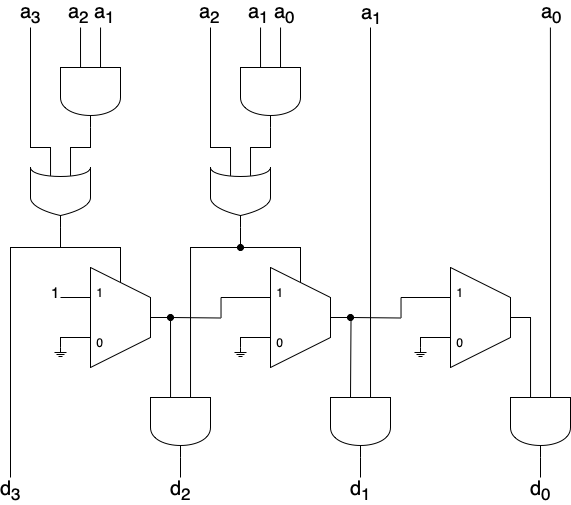
This is Logic Diagrams/BASE_4BIT_SLICE.png from savedbyawaif/ApproxNOD, a draw.io export, as it was before one commit. Source tidied: cells renumbered, new cells last; positions are measured from the earlier drawing's top-left corner, leaving out a move shared by most shapes.
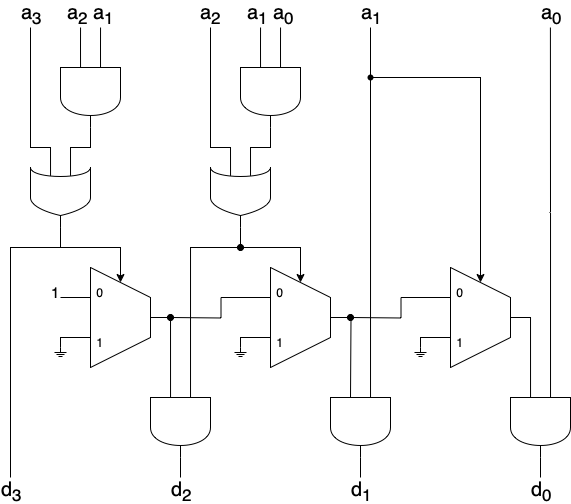
The same file after the commit.

The edit, as a diff of the source:
```diff
@@ -73,7 +73,7 @@
     <mxCell id="15" style="shape=(stored shape, 432 characters);whiteSpace=wrap;html=1;fontSize=10;direction=south;" parent="1" vertex="1">
       <mxGeometry x="20" y="140" width="60" height="60" as="geometry" />
     </mxCell>
-    <mxCell id="16" style="edgeStyle=orthogonalEdgeStyle;rounded=0;jettySize=auto;html=1;entryX=0.5;entryY=0.15;entryDx=0;entryDy=0;entryPerimeter=0;endArrow=none;endFill=0;" parent="1" edge="1" source="15" target="5">
+    <mxCell id="16" style="edgeStyle=orthogonalEdgeStyle;rounded=0;jettySize=auto;html=1;entryX=0.5;entryY=0.15;entryDx=0;entryDy=0;entryPerimeter=0;endArrow=classic;endFill=1;" parent="1" edge="1" source="15" target="5">
       <mxGeometry relative="1" as="geometry" />
     </mxCell>
     <mxCell id="17" style="edgeStyle=orthogonalEdgeStyle;rounded=0;jettySize=auto;html=1;entryX=0.14;entryY=0.333;entryDx=0;entryDy=0;entryPerimeter=0;endArrow=none;endFill=0;" parent="1" edge="1" source="10" target="15">
@@ -123,7 +123,7 @@
     <mxCell id="26" style="edgeStyle=orthogonalEdgeStyle;rounded=0;jettySize=auto;html=1;entryX=0.14;entryY=0.333;entryDx=0;entryDy=0;entryPerimeter=0;endArrow=none;endFill=0;" parent="1" edge="1" source="22" target="25">
       <mxGeometry relative="1" as="geometry" />
     </mxCell>
-    <mxCell id="27" style="edgeStyle=orthogonalEdgeStyle;rounded=0;jettySize=auto;html=1;entryX=0.5;entryY=0.15;entryDx=0;entryDy=0;entryPerimeter=0;endArrow=none;endFill=0;" parent="1" edge="1" source="25" target="3">
+    <mxCell id="27" style="edgeStyle=orthogonalEdgeStyle;rounded=0;jettySize=auto;html=1;entryX=0.5;entryY=0.15;entryDx=0;entryDy=0;entryPerimeter=0;endArrow=classic;endFill=1;" parent="1" edge="1" source="25" target="3">
       <mxGeometry relative="1" as="geometry" />
     </mxCell>
     <mxCell id="28" style="edgeStyle=orthogonalEdgeStyle;rounded=0;jettySize=auto;html=1;exitX=1;exitY=0.5;exitDx=0;exitDy=0;exitPerimeter=0;endArrow=none;endFill=0;" parent="1" edge="1" source="30">
@@ -190,6 +190,16 @@
         </Array>
       </mxGeometry>
     </mxCell>
+    <mxCell id="60" style="edgeStyle=orthogonalEdgeStyle;rounded=0;jettySize=auto;html=1;endArrow=classic;endFill=1;entryX=0.5;entryY=0.15;entryDx=0;entryDy=0;entryPerimeter=0;" parent="1" edge="1" target="40">
+      <mxGeometry relative="1" as="geometry">
+        <mxPoint x="360" y="186" as="sourcePoint" />
+        <Array as="points">
+          <mxPoint x="360" y="186" />
+          <mxPoint x="360" y="50" />
+          <mxPoint x="470" y="50" />
+        </Array>
+      </mxGeometry>
+    </mxCell>
     <mxCell id="40" style="shape=(stored shape, 364 characters);whiteSpace=wrap;html=1;" parent="1" vertex="1">
       <mxGeometry x="440" y="240" width="60" height="100" as="geometry" />
     </mxCell>
@@ -256,23 +266,26 @@
     <mxCell id="53" style="shape=(stored shape, 384 characters);whiteSpace=wrap;html=1;fontSize=10;direction=south;" parent="1" vertex="1">
       <mxGeometry x="500" y="370" width="60" height="60" as="geometry" />
     </mxCell>
-    <mxCell id="54" value="1" style="text;strokeColor=none;align=center;fillColor=none;html=1;verticalAlign=middle;whiteSpace=wrap;rounded=0;" parent="1" vertex="1">
+    <mxCell id="54" value="0" style="text;strokeColor=none;align=center;fillColor=none;html=1;verticalAlign=middle;whiteSpace=wrap;rounded=0;" parent="1" vertex="1">
       <mxGeometry x="80" y="250" width="20" height="30" as="geometry" />
     </mxCell>
-    <mxCell id="55" value="0" style="text;strokeColor=none;align=center;fillColor=none;html=1;verticalAlign=middle;whiteSpace=wrap;rounded=0;" parent="1" vertex="1">
+    <mxCell id="55" value="1" style="text;strokeColor=none;align=center;fillColor=none;html=1;verticalAlign=middle;whiteSpace=wrap;rounded=0;" parent="1" vertex="1">
       <mxGeometry x="80" y="300" width="20" height="30" as="geometry" />
     </mxCell>
-    <mxCell id="56" value="1" style="text;strokeColor=none;align=center;fillColor=none;html=1;verticalAlign=middle;whiteSpace=wrap;rounded=0;" parent="1" vertex="1">
+    <mxCell id="56" value="0" style="text;strokeColor=none;align=center;fillColor=none;html=1;verticalAlign=middle;whiteSpace=wrap;rounded=0;" parent="1" vertex="1">
       <mxGeometry x="260" y="250" width="20" height="30" as="geometry" />
     </mxCell>
-    <mxCell id="57" value="0" style="text;strokeColor=none;align=center;fillColor=none;html=1;verticalAlign=middle;whiteSpace=wrap;rounded=0;" parent="1" vertex="1">
+    <mxCell id="57" value="1" style="text;strokeColor=none;align=center;fillColor=none;html=1;verticalAlign=middle;whiteSpace=wrap;rounded=0;" parent="1" vertex="1">
       <mxGeometry x="260" y="300" width="20" height="30" as="geometry" />
     </mxCell>
-    <mxCell id="58" value="0" style="text;strokeColor=none;align=center;fillColor=none;html=1;verticalAlign=middle;whiteSpace=wrap;rounded=0;" parent="1" vertex="1">
+    <mxCell id="58" value="1" style="text;strokeColor=none;align=center;fillColor=none;html=1;verticalAlign=middle;whiteSpace=wrap;rounded=0;" parent="1" vertex="1">
       <mxGeometry x="440" y="300" width="20" height="30" as="geometry" />
     </mxCell>
-    <mxCell id="59" value="1" style="text;strokeColor=none;align=center;fillColor=none;html=1;verticalAlign=middle;whiteSpace=wrap;rounded=0;" parent="1" vertex="1">
+    <mxCell id="59" value="0" style="text;strokeColor=none;align=center;fillColor=none;html=1;verticalAlign=middle;whiteSpace=wrap;rounded=0;" parent="1" vertex="1">
       <mxGeometry x="440" y="250" width="20" height="30" as="geometry" />
     </mxCell>
+    <mxCell id="61" style="shape=waypoint;sketch=0;fillStyle=solid;size=6;fillColor=none;perimeter=centerPerimeter;" parent="1" vertex="1">
+      <mxGeometry x="350" y="40" width="20" height="20" as="geometry" />
+    </mxCell>
   </root>
 </mxGraphModel>
```
